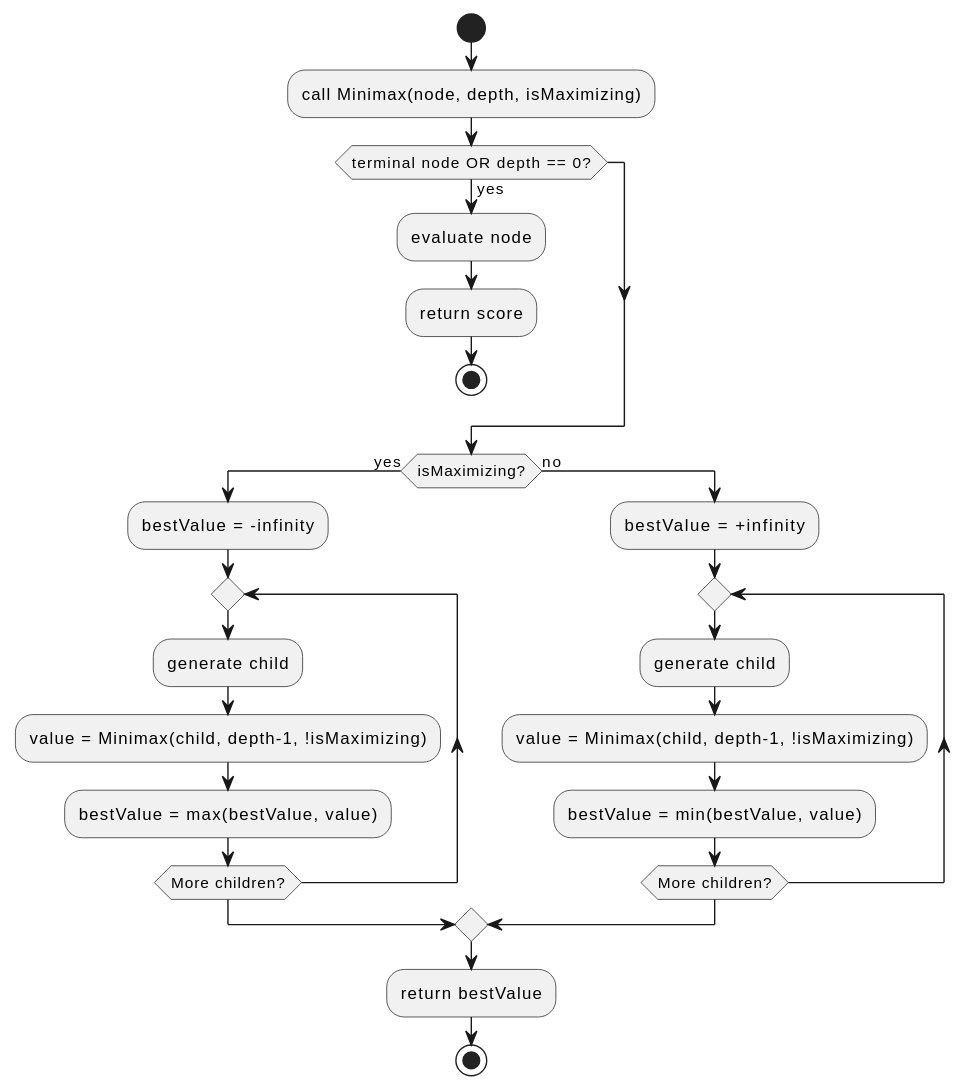
The PlantUML diagram docs/generated-diagrams/general-minimax.svg in l2c0r3/blobfish, before a commit.
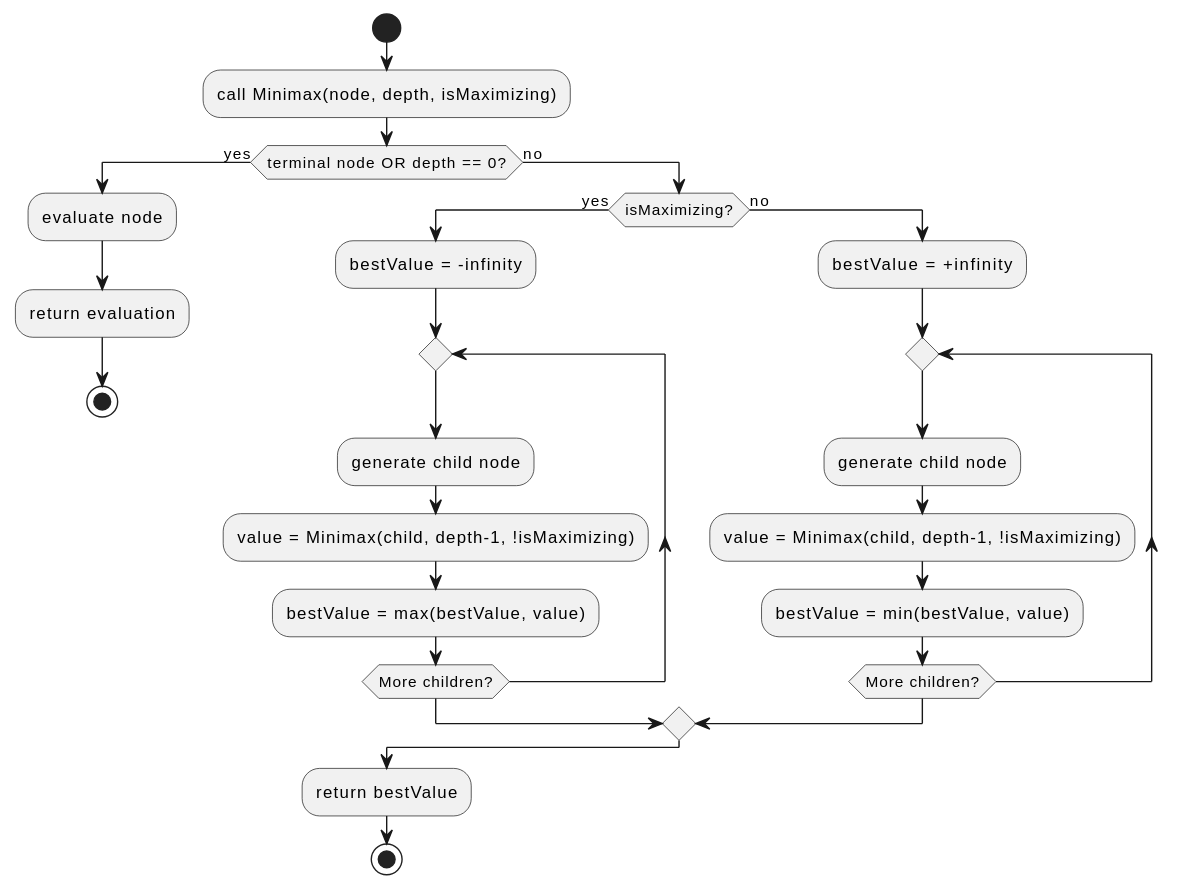
Above is the later version.

Commit message:
update generated UML diagrams

Diff of the diagram source:
```diff
@@ -5,24 +5,24 @@
 
 if (terminal node OR depth == 0?) then (yes)
   :evaluate node;
-  :return score;
+  :return evaluation;
   stop
-endif
-
-if (isMaximizing?) then (yes)
-  :bestValue = -infinity;
-  repeat
-    :generate child;
-    :value = Minimax(child, depth-1, !isMaximizing);
-    :bestValue = max(bestValue, value);
-  repeat while (More children?)
 else (no)
-  :bestValue = +infinity;
-  repeat
-    :generate child;
-    :value = Minimax(child, depth-1, !isMaximizing);
-    :bestValue = min(bestValue, value);
-  repeat while (More children?)
+    if (isMaximizing?) then (yes)
+      :bestValue = -infinity;
+      repeat
+        :generate child node;
+        :value = Minimax(child, depth-1, !isMaximizing);
+        :bestValue = max(bestValue, value);
+      repeat while (More children?)
+    else (no)
+      :bestValue = +infinity;
+      repeat
+        :generate child node;
+        :value = Minimax(child, depth-1, !isMaximizing);
+        :bestValue = min(bestValue, value);
+      repeat while (More children?)
+    endif
 endif
 
 :return bestValue;
```
